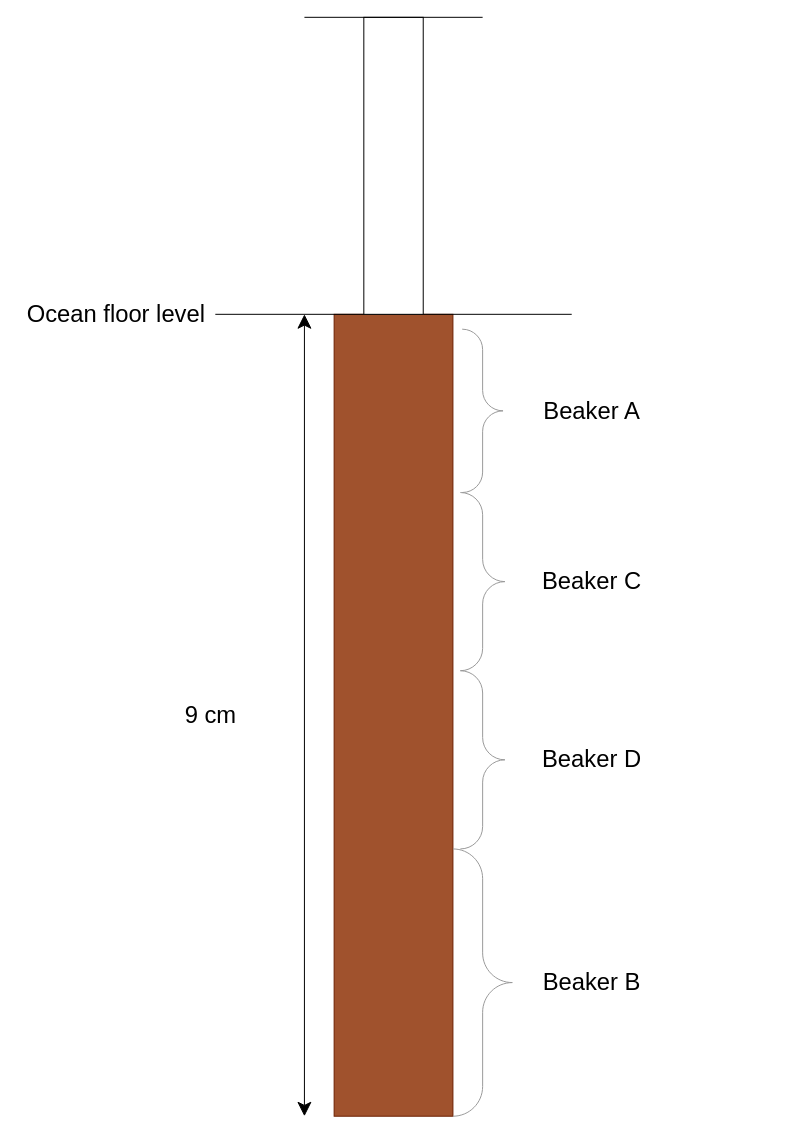
The draw.io diagram Project_IMAU/Journal/Images/Core schematic.drawio in e-debie/experimental_research_project, before the edit. Source tidied: cells renumbered, new cells numbered last; positions are measured from the earlier drawing's top-left corner, leaving out a move shared by most shapes. Both pictures are drawn from the tidied source at 99%, with x=0, y=0 at pixel (17, 17).
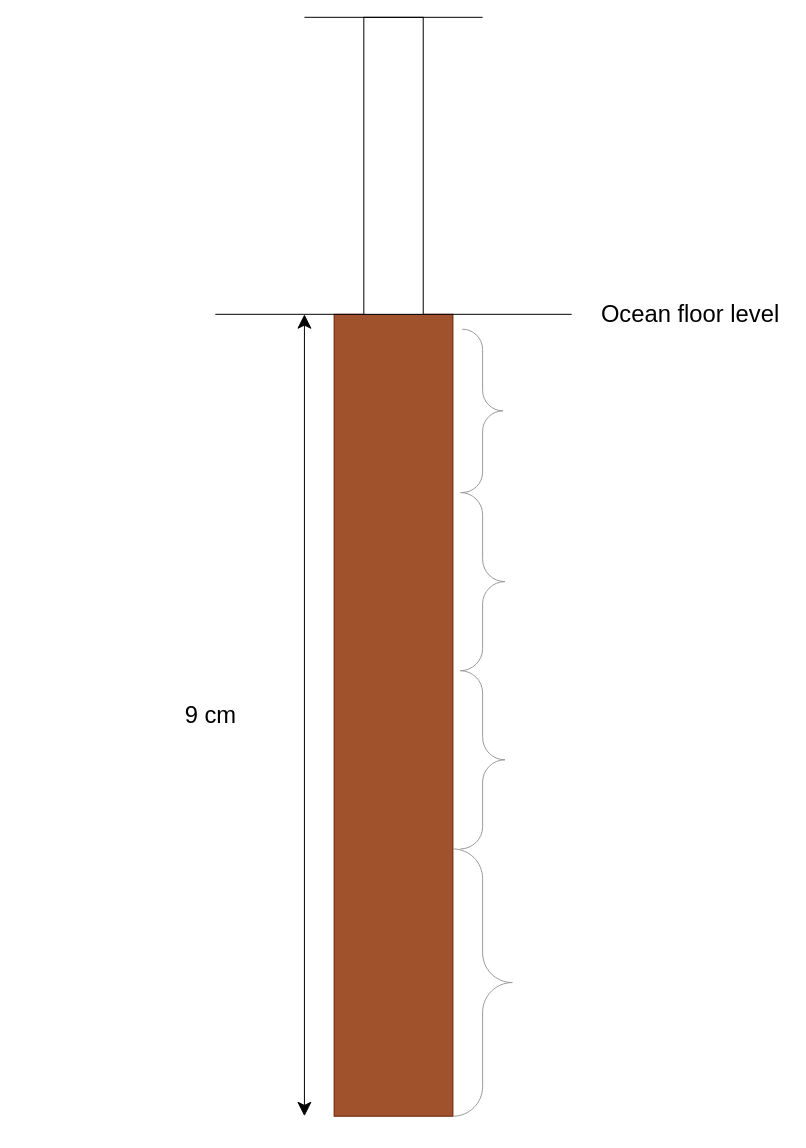
After the change.

Unchanged cells that the change refers to:
```xml
<mxCell id="2" style="group;" parent="1" vertex="1">
  <mxGeometry x="20" width="690" height="1110" as="geometry" />
</mxCell>
```

Diff of the diagram source:
```diff
@@
-    <mxCell id="14" value="&lt;font style=&quot;font-size: 24px;&quot;&gt;Beaker B&lt;/font&gt;" style="text;html=1;align=center;verticalAlign=middle;strokeColor=none;fillColor=none;" parent="2" vertex="1">
-      <mxGeometry x="500" y="955" width="120" height="40" as="geometry" />
-    </mxCell>
-    <mxCell id="15" value="&lt;font style=&quot;font-size: 24px;&quot;&gt;Beaker D&lt;/font&gt;" style="text;html=1;align=center;verticalAlign=middle;strokeColor=none;fillColor=none;" parent="2" vertex="1">
-      <mxGeometry x="500" y="730" width="120" height="40" as="geometry" />
-    </mxCell>
-    <mxCell id="16" value="&lt;font style=&quot;font-size: 24px;&quot;&gt;Beaker C&lt;/font&gt;" style="text;html=1;align=center;verticalAlign=middle;strokeColor=none;fillColor=none;" parent="2" vertex="1">
-      <mxGeometry x="500" y="550" width="120" height="40" as="geometry" />
-    </mxCell>
-    <mxCell id="17" value="&lt;font style=&quot;font-size: 24px;&quot;&gt;Beaker A&lt;/font&gt;" style="text;html=1;align=center;verticalAlign=middle;strokeColor=none;fillColor=none;" parent="2" vertex="1">
-      <mxGeometry x="500" y="377.5" width="120" height="40" as="geometry" />
-    </mxCell>
     <mxCell id="18" value="&lt;font style=&quot;font-size: 24px;&quot;&gt;Ocean floor level&lt;/font&gt;" style="text;html=1;align=center;verticalAlign=middle;whiteSpace=wrap;rounded=0;" parent="2" vertex="1">
-      <mxGeometry x="-20" y="255" width="200" height="90" as="geometry" />
+      <mxGeometry x="560" y="255" width="200" height="90" as="geometry" />
     </mxCell>
```
